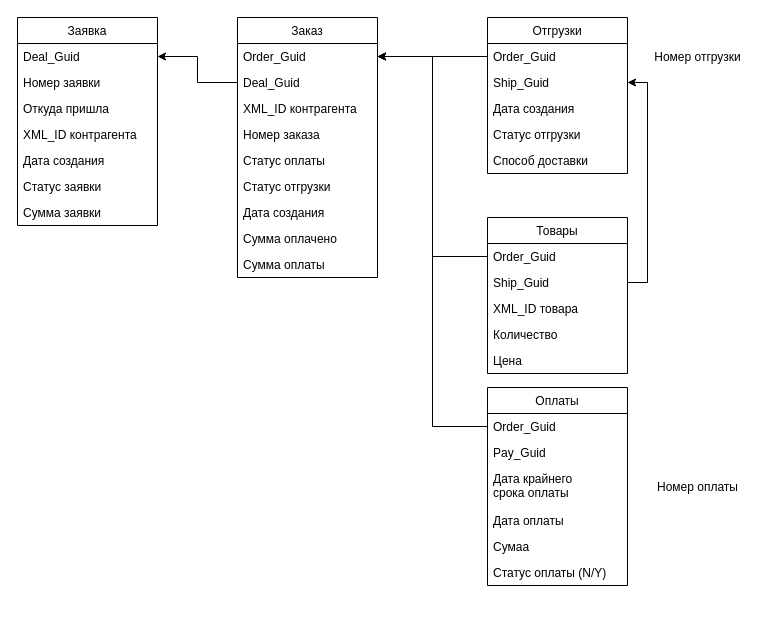
Before: 12345646.drawio in cTu4/Draw, a draw.io diagram. Source tidied: cells renumbered, new cells numbered last; positions are measured from the earlier drawing's top-left corner, leaving out a move shared by most shapes. Both pictures are drawn from the tidied source at 100%, with x=0, y=0 at pixel (17, 17).
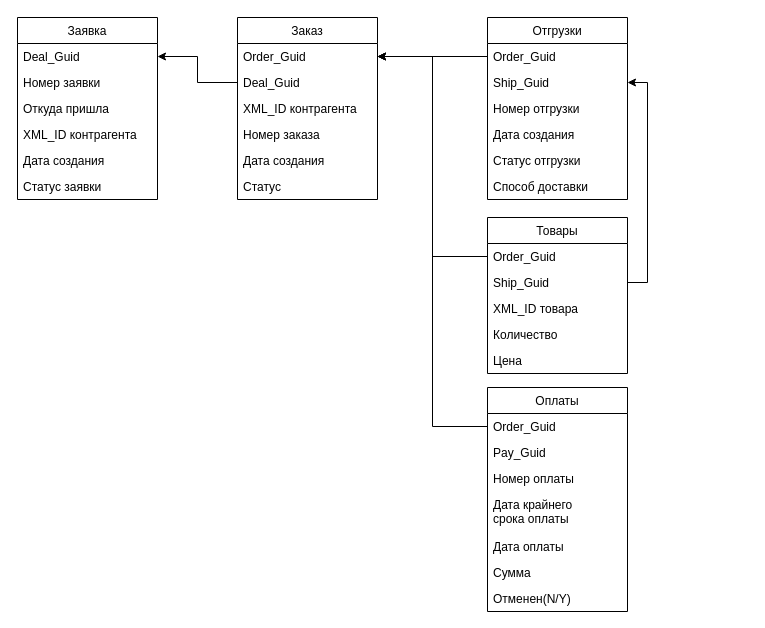
The same page after the edit.

Change to the diagram source:
```diff
@@
     <mxCell id="2" value="Заявка" style="swimlane;fontStyle=0;horizontal=1;startSize=26;fillColor=none;" parent="1" vertex="1">
-      <mxGeometry width="140" height="208" as="geometry" />
+      <mxGeometry width="140" height="182" as="geometry" />
     </mxCell>
@@
-    <mxCell id="9" value="Сумма заявки" style="text;strokeColor=none;fillColor=none;align=left;verticalAlign=top;spacingLeft=4;spacingRight=4;overflow=hidden;" parent="2" vertex="1">
-      <mxGeometry y="182" width="140" height="26" as="geometry" />
-    </mxCell>
     <mxCell id="10" value="Заказ" style="swimlane;fontStyle=0;horizontal=1;startSize=26;fillColor=none;" parent="1" vertex="1">
-      <mxGeometry x="220" width="140" height="260" as="geometry" />
+      <mxGeometry x="220" width="140" height="182" as="geometry" />
     </mxCell>
@@
-    <mxCell id="15" value="Статус оплаты" style="text;strokeColor=none;fillColor=none;align=left;verticalAlign=top;spacingLeft=4;spacingRight=4;overflow=hidden;" parent="10" vertex="1">
-      <mxGeometry y="130" width="140" height="26" as="geometry" />
-    </mxCell>
-    <mxCell id="16" value="Статус отгрузки" style="text;strokeColor=none;fillColor=none;align=left;verticalAlign=top;spacingLeft=4;spacingRight=4;overflow=hidden;" parent="10" vertex="1">
-      <mxGeometry y="156" width="140" height="26" as="geometry" />
-    </mxCell>
     <mxCell id="17" value="Дата создания" style="text;strokeColor=none;fillColor=none;align=left;verticalAlign=top;spacingLeft=4;spacingRight=4;overflow=hidden;" parent="10" vertex="1">
-      <mxGeometry y="182" width="140" height="26" as="geometry" />
+      <mxGeometry y="130" width="140" height="26" as="geometry" />
     </mxCell>
-    <mxCell id="18" value="Сумма оплачено" style="text;strokeColor=none;fillColor=none;align=left;verticalAlign=top;spacingLeft=4;spacingRight=4;overflow=hidden;" parent="10" vertex="1">
-      <mxGeometry y="208" width="140" height="26" as="geometry" />
-    </mxCell>
-    <mxCell id="19" value="Сумма оплаты" style="text;strokeColor=none;fillColor=none;align=left;verticalAlign=top;spacingLeft=4;spacingRight=4;overflow=hidden;" parent="10" vertex="1">
-      <mxGeometry y="234" width="140" height="26" as="geometry" />
-    </mxCell>
+    <mxCell id="46" value="Статус" style="text;strokeColor=none;fillColor=none;align=left;verticalAlign=top;spacingLeft=4;spacingRight=4;overflow=hidden;" parent="10" vertex="1">
+      <mxGeometry y="156" width="140" height="26" as="geometry" />
+    </mxCell>
     <mxCell id="20" value="Отгрузки" style="swimlane;fontStyle=0;horizontal=1;startSize=26;fillColor=none;" parent="1" vertex="1">
-      <mxGeometry x="470" width="140" height="156" as="geometry" />
+      <mxGeometry x="470" width="140" height="182" as="geometry" />
     </mxCell>
@@
+    <mxCell id="45" value="Номер отгрузки" style="text;strokeColor=none;fillColor=none;align=left;verticalAlign=top;spacingLeft=4;spacingRight=4;overflow=hidden;" parent="20" vertex="1">
+      <mxGeometry y="78" width="140" height="26" as="geometry" />
+    </mxCell>
     <mxCell id="23" value="Дата создания" style="text;strokeColor=none;fillColor=none;align=left;verticalAlign=top;spacingLeft=4;spacingRight=4;overflow=hidden;" parent="20" vertex="1">
-      <mxGeometry y="78" width="140" height="26" as="geometry" />
+      <mxGeometry y="104" width="140" height="26" as="geometry" />
     </mxCell>
     <mxCell id="24" value="Статус отгрузки" style="text;strokeColor=none;fillColor=none;align=left;verticalAlign=top;spacingLeft=4;spacingRight=4;overflow=hidden;" parent="20" vertex="1">
-      <mxGeometry y="104" width="140" height="26" as="geometry" />
+      <mxGeometry y="130" width="140" height="26" as="geometry" />
     </mxCell>
     <mxCell id="25" value="Способ доставки" style="text;strokeColor=none;fillColor=none;align=left;verticalAlign=top;spacingLeft=4;spacingRight=4;overflow=hidden;" parent="20" vertex="1">
-      <mxGeometry y="130" width="140" height="26" as="geometry" />
+      <mxGeometry y="156" width="140" height="26" as="geometry" />
     </mxCell>
@@
     <mxCell id="32" value="Оплаты" style="swimlane;fontStyle=0;horizontal=1;startSize=26;fillColor=none;" parent="1" vertex="1">
-      <mxGeometry x="470" y="370" width="140" height="198" as="geometry" />
+      <mxGeometry x="470" y="370" width="140" height="224" as="geometry" />
     </mxCell>
@@
+    <mxCell id="44" value="Номер оплаты" style="text;strokeColor=none;fillColor=none;align=left;verticalAlign=top;spacingLeft=4;spacingRight=4;overflow=hidden;" parent="32" vertex="1">
+      <mxGeometry y="78" width="140" height="26" as="geometry" />
+    </mxCell>
     <mxCell id="35" value="Дата крайнего&#10;срока оплаты" style="text;strokeColor=none;fillColor=none;align=left;verticalAlign=top;spacingLeft=4;spacingRight=4;overflow=hidden;" parent="32" vertex="1">
-      <mxGeometry y="78" width="140" height="42" as="geometry" />
+      <mxGeometry y="104" width="140" height="42" as="geometry" />
     </mxCell>
     <mxCell id="36" value="Дата оплаты" style="text;strokeColor=none;fillColor=none;align=left;verticalAlign=top;spacingLeft=4;spacingRight=4;overflow=hidden;" parent="32" vertex="1">
-      <mxGeometry y="120" width="140" height="26" as="geometry" />
+      <mxGeometry y="146" width="140" height="26" as="geometry" />
     </mxCell>
-    <mxCell id="37" value="Сумаа" style="text;strokeColor=none;fillColor=none;align=left;verticalAlign=top;spacingLeft=4;spacingRight=4;overflow=hidden;" parent="32" vertex="1">
-      <mxGeometry y="146" width="140" height="26" as="geometry" />
+    <mxCell id="37" value="Сумма" style="text;strokeColor=none;fillColor=none;align=left;verticalAlign=top;spacingLeft=4;spacingRight=4;overflow=hidden;" parent="32" vertex="1">
+      <mxGeometry y="172" width="140" height="26" as="geometry" />
     </mxCell>
-    <mxCell id="38" value="Статус оплаты (N/Y)" style="text;strokeColor=none;fillColor=none;align=left;verticalAlign=top;spacingLeft=4;spacingRight=4;overflow=hidden;" parent="32" vertex="1">
-      <mxGeometry y="172" width="140" height="26" as="geometry" />
-    </mxCell>
+    <mxCell id="47" value="Отменен(N/Y)" style="text;strokeColor=none;fillColor=none;align=left;verticalAlign=top;spacingLeft=4;spacingRight=4;overflow=hidden;" parent="32" vertex="1">
+      <mxGeometry y="198" width="140" height="26" as="geometry" />
+    </mxCell>
@@
-    <mxCell id="44" value="Номер оплаты" style="text;html=1;align=center;verticalAlign=middle;" parent="1" vertex="1">
-      <mxGeometry x="630" y="460" width="100" height="20" as="geometry" />
-    </mxCell>
-    <mxCell id="45" value="Номер отгрузки" style="text;html=1;align=center;verticalAlign=middle;" parent="1" vertex="1">
-      <mxGeometry x="630" y="30" width="100" height="20" as="geometry" />
-    </mxCell>
```
